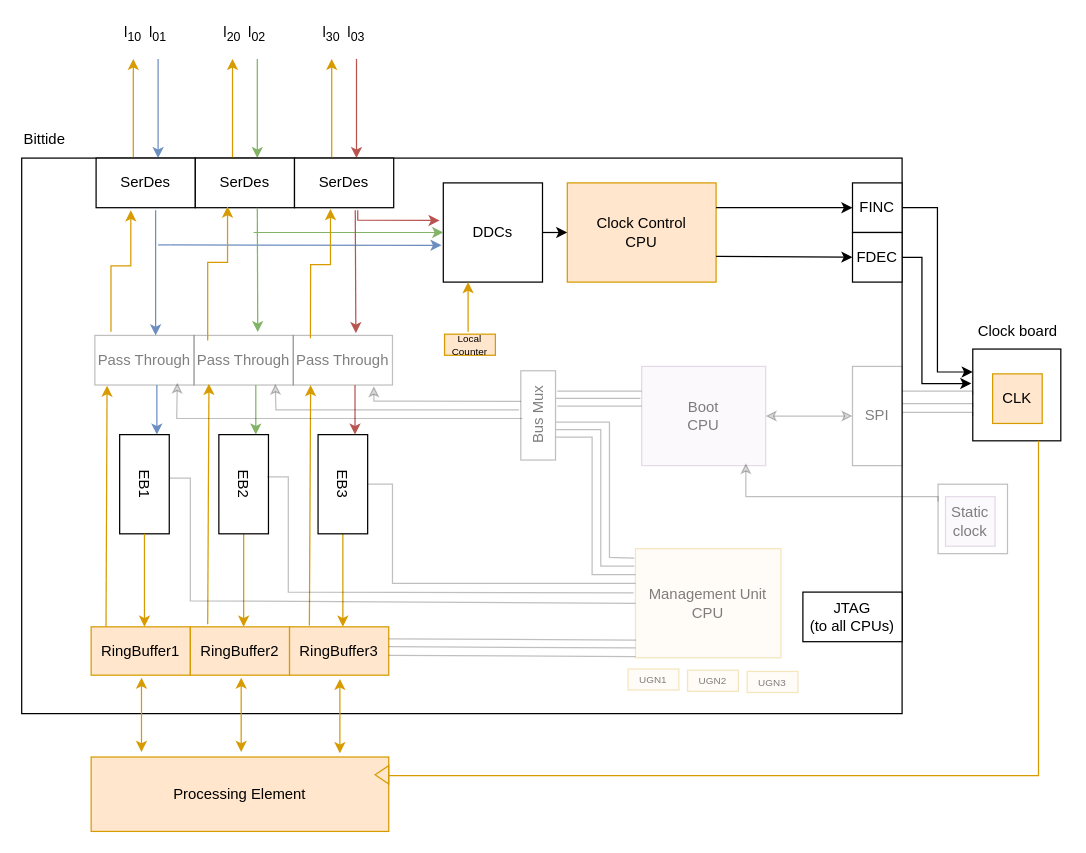
bittide/bittide-hardware keeps this draw.io diagram as docs/diagrams/bittide-pe-diagram.drawio. Above is the earlier version. Source tidied: cells renumbered, new cells numbered last; positions are measured from the earlier drawing's top-left corner, leaving out a move shared by most shapes. Both pictures are drawn from the tidied source at 124%, with x=0, y=0 at pixel (21, 21).
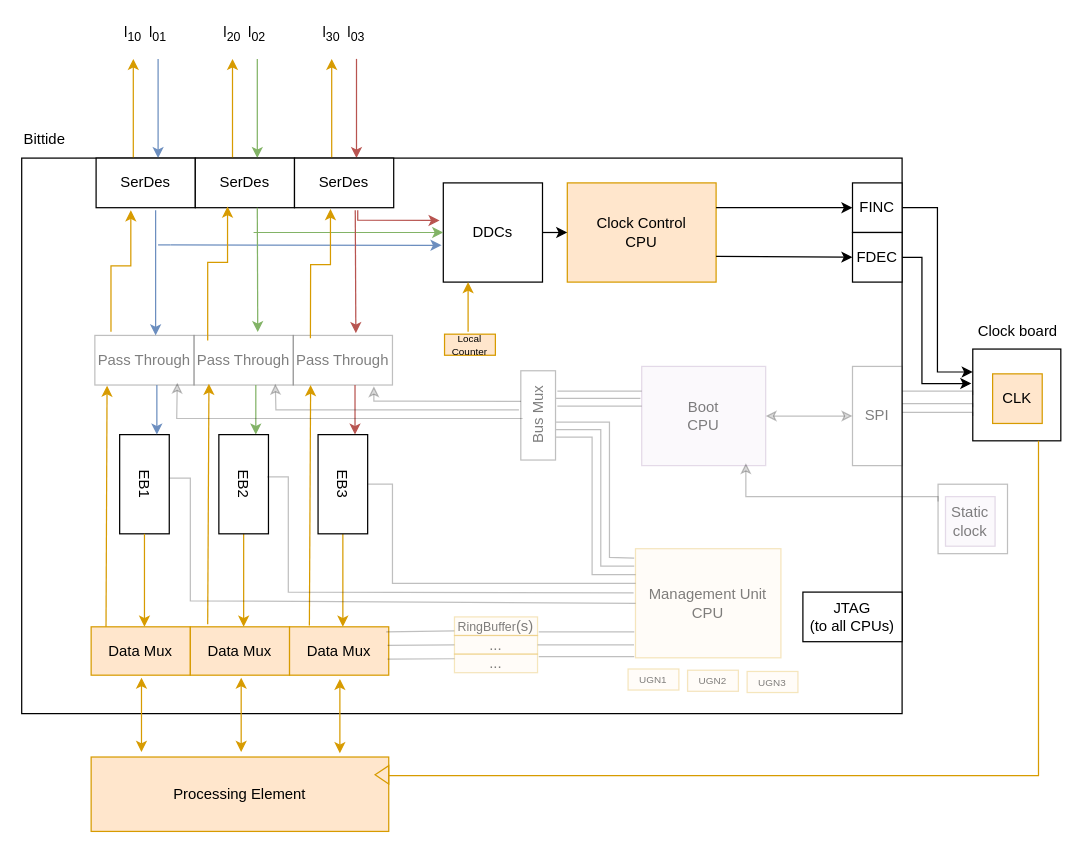
The same diagram, later.

The change refers to these unchanged cells:
```xml
<mxCell id="60" value="&lt;div&gt;Management Unit&lt;/div&gt;&lt;div&gt;CPU&lt;/div&gt;" style="rounded=0;whiteSpace=wrap;html=1;fillColor=#ffe6cc;strokeColor=#d79b00;fillOpacity=15;strokeOpacity=25;textOpacity=50;" parent="1" vertex="1">
  <mxGeometry x="495" y="425" width="117.3" height="88" as="geometry" />
</mxCell>
```

The edit, as a diff of the source:
```diff
@@
-    <mxCell id="53" value="RingBuffer1" style="rounded=0;whiteSpace=wrap;html=1;fillColor=#ffe6cc;strokeColor=#d79b00;fillOpacity=100;strokeOpacity=100;arcSize=12;" parent="1" vertex="1">
+    <mxCell id="53" value="Data Mux" style="rounded=0;whiteSpace=wrap;html=1;fillColor=#ffe6cc;strokeColor=#d79b00;fillOpacity=100;strokeOpacity=100;arcSize=12;" parent="1" vertex="1">
       <mxGeometry x="56" y="488" width="80" height="39" as="geometry" />
     </mxCell>
@@
-    <mxCell id="55" value="RingBuffer2" style="rounded=0;whiteSpace=wrap;html=1;fillColor=#ffe6cc;strokeColor=#d79b00;fillOpacity=100;strokeOpacity=100;arcSize=12;" parent="1" vertex="1">
+    <mxCell id="55" value="Data Mux" style="rounded=0;whiteSpace=wrap;html=1;fillColor=#ffe6cc;strokeColor=#d79b00;fillOpacity=100;strokeOpacity=100;arcSize=12;" parent="1" vertex="1">
       <mxGeometry x="136" y="488" width="80" height="39" as="geometry" />
     </mxCell>
-    <mxCell id="56" value="RingBuffer3" style="rounded=0;whiteSpace=wrap;html=1;fillColor=#ffe6cc;strokeColor=#d79b00;fillOpacity=100;strokeOpacity=100;arcSize=12;" parent="1" vertex="1">
+    <mxCell id="56" value="Data Mux" style="rounded=0;whiteSpace=wrap;html=1;fillColor=#ffe6cc;strokeColor=#d79b00;fillOpacity=100;strokeOpacity=100;arcSize=12;" parent="1" vertex="1">
       <mxGeometry x="216" y="488" width="80" height="39" as="geometry" />
     </mxCell>
@@
-    <mxCell id="89" style="endArrow=none;html=1;rounded=0;exitX=1;exitY=0.25;exitDx=0;exitDy=0;entryX=0.003;entryY=0.837;entryDx=0;entryDy=0;entryPerimeter=0;fillOpacity=15;strokeOpacity=25;" parent="1" edge="1" source="56" target="60">
-      <mxGeometry relative="1" as="geometry" />
-    </mxCell>
-    <mxCell id="90" style="endArrow=none;html=1;rounded=0;exitX=1;exitY=0.25;exitDx=0;exitDy=0;entryX=0.003;entryY=0.837;entryDx=0;entryDy=0;entryPerimeter=0;fillOpacity=15;strokeOpacity=25;" parent="1" edge="1">
-      <mxGeometry relative="1" as="geometry">
-        <mxPoint x="296" y="504" as="sourcePoint" />
-        <mxPoint x="495" y="505" as="targetPoint" />
-      </mxGeometry>
-    </mxCell>
-    <mxCell id="91" style="endArrow=none;html=1;rounded=0;exitX=1;exitY=0.25;exitDx=0;exitDy=0;entryX=0.003;entryY=0.837;entryDx=0;entryDy=0;entryPerimeter=0;fillOpacity=15;strokeOpacity=25;" parent="1" edge="1">
-      <mxGeometry relative="1" as="geometry">
-        <mxPoint x="296" y="511" as="sourcePoint" />
-        <mxPoint x="495" y="512" as="targetPoint" />
-      </mxGeometry>
-    </mxCell>
@@
+    <mxCell id="97" style="endArrow=none;html=1;rounded=0;exitX=0.993;exitY=0.09;exitDx=0;exitDy=0;entryX=0;entryY=0.75;entryDx=0;entryDy=0;fillOpacity=15;strokeOpacity=25;exitPerimeter=0;" parent="1" edge="1" target="100">
+      <mxGeometry relative="1" as="geometry">
+        <mxPoint x="294" y="492" as="sourcePoint" />
+      </mxGeometry>
+    </mxCell>
+    <mxCell id="98" style="endArrow=none;html=1;rounded=0;exitX=1;exitY=0.5;exitDx=0;exitDy=0;entryX=-0.002;entryY=0.848;entryDx=0;entryDy=0;entryPerimeter=0;fillOpacity=15;strokeOpacity=25;" parent="1" edge="1" source="102">
+      <mxGeometry relative="1" as="geometry">
+        <mxPoint x="493.8" y="502.6" as="targetPoint" />
+      </mxGeometry>
+    </mxCell>
+    <mxCell id="99" style="endArrow=none;html=1;rounded=0;entryX=0.003;entryY=0.837;entryDx=0;entryDy=0;entryPerimeter=0;fillOpacity=15;strokeOpacity=25;" parent="1" edge="1">
+      <mxGeometry relative="1" as="geometry">
+        <mxPoint x="417" y="512" as="sourcePoint" />
+        <mxPoint x="494" y="512" as="targetPoint" />
+      </mxGeometry>
+    </mxCell>
+    <mxCell id="100" value="&lt;font style=&quot;font-size: 10px;&quot;&gt;RingBuffer&lt;/font&gt;(s)" style="rounded=0;whiteSpace=wrap;html=1;fillColor=#ffe6cc;strokeColor=#d79b00;fillOpacity=15;strokeOpacity=25;arcSize=12;textOpacity=50;" parent="1" vertex="1">
+      <mxGeometry x="349" y="480" width="67" height="15" as="geometry" />
+    </mxCell>
+    <mxCell id="101" style="endArrow=none;html=1;rounded=0;entryX=0;entryY=0.5;entryDx=0;entryDy=0;fillOpacity=15;strokeOpacity=25;" parent="1" edge="1" target="102">
+      <mxGeometry relative="1" as="geometry">
+        <mxPoint x="295" y="503" as="sourcePoint" />
+      </mxGeometry>
+    </mxCell>
+    <mxCell id="102" value="..." style="rounded=0;whiteSpace=wrap;html=1;fillColor=#ffe6cc;strokeColor=#d79b00;fillOpacity=15;strokeOpacity=25;arcSize=12;textOpacity=50;" parent="1" vertex="1">
+      <mxGeometry x="349" y="495" width="67" height="15" as="geometry" />
+    </mxCell>
+    <mxCell id="103" value="..." style="rounded=0;whiteSpace=wrap;html=1;fillColor=#ffe6cc;strokeColor=#d79b00;fillOpacity=15;strokeOpacity=25;arcSize=12;textOpacity=50;" parent="1" vertex="1">
+      <mxGeometry x="349" y="510" width="67" height="15" as="geometry" />
+    </mxCell>
+    <mxCell id="104" style="endArrow=none;html=1;rounded=0;fillOpacity=15;strokeOpacity=25;exitX=1.002;exitY=0.678;exitDx=0;exitDy=0;exitPerimeter=0;entryX=0;entryY=0.25;entryDx=0;entryDy=0;" parent="1" edge="1" target="103">
+      <mxGeometry relative="1" as="geometry">
+        <mxPoint x="295" y="514" as="sourcePoint" />
+      </mxGeometry>
+    </mxCell>
+    <mxCell id="105" style="endArrow=none;html=1;rounded=0;entryX=0.003;entryY=0.837;entryDx=0;entryDy=0;entryPerimeter=0;fillOpacity=15;strokeOpacity=25;" parent="1" edge="1">
+      <mxGeometry relative="1" as="geometry">
+        <mxPoint x="417" y="492" as="sourcePoint" />
+        <mxPoint x="494" y="492" as="targetPoint" />
+      </mxGeometry>
+    </mxCell>
```
